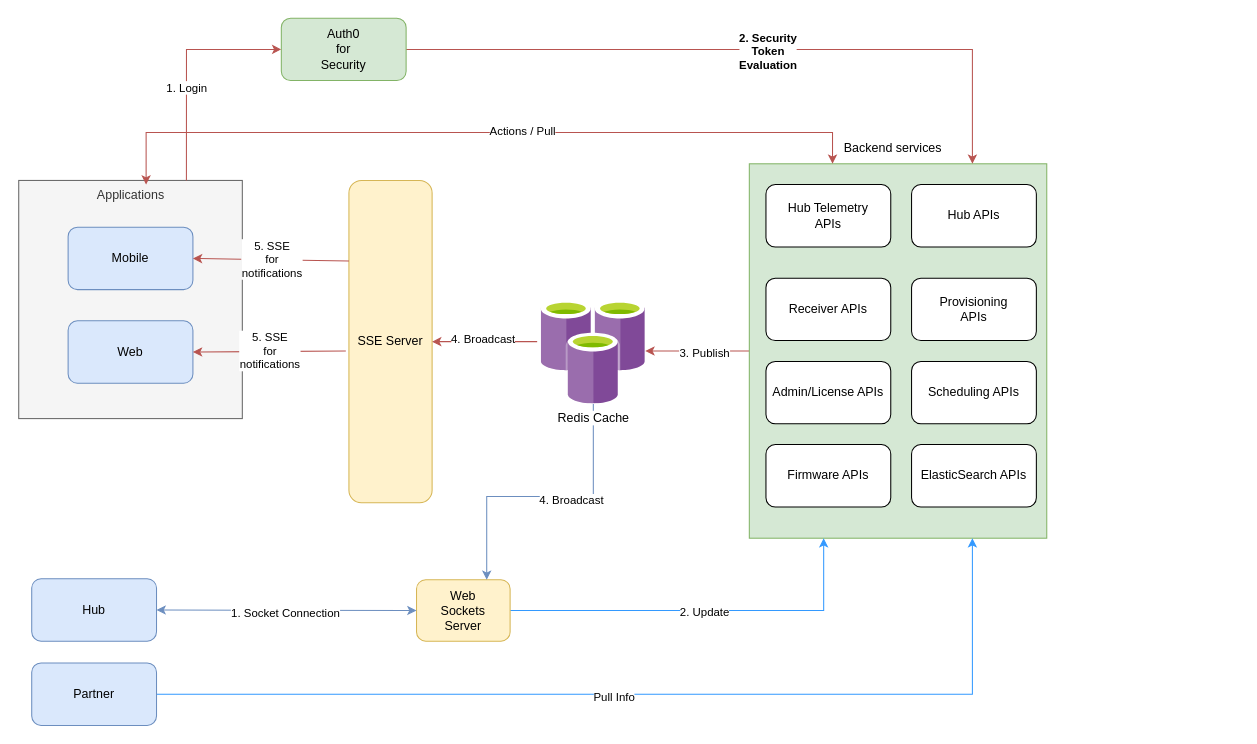
nadusumilli/mobileArch keeps this draw.io diagram as page "Overall" (1 of 7) of diagrams/Untitled Diagram.drawio. Above is the earlier version. Source tidied: cells renumbered, new cells numbered last; positions are measured from the earlier drawing's top-left corner, leaving out a move shared by most shapes. Both pictures are drawn from the tidied source at 104%, with x=0, y=0 at pixel (19, 18).
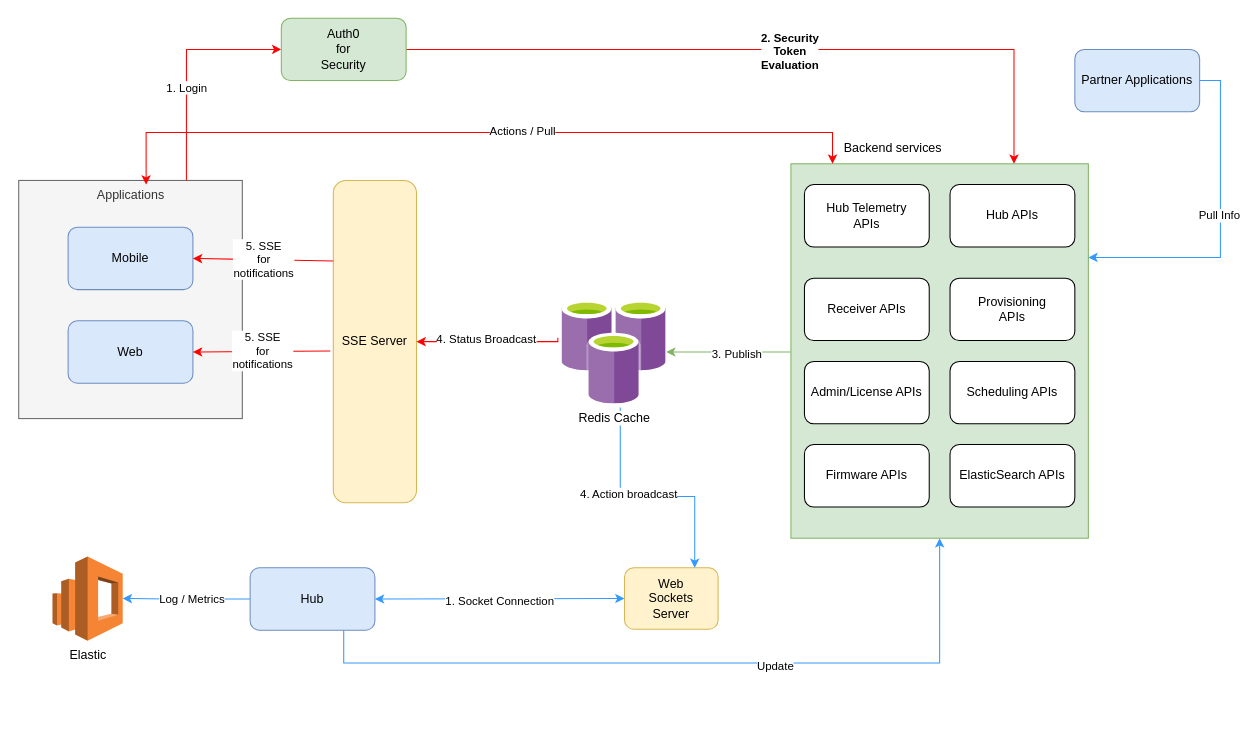
Above is the later version.

The change refers to these unchanged cells:
```xml
<mxCell id="6" value="Applications" style="rounded=0;whiteSpace=wrap;html=1;fillColor=#f5f5f5;verticalAlign=top;fontColor=#333333;strokeColor=#666666;" parent="1" vertex="1">
  <mxGeometry x="-0.5" y="156" width="215" height="229" as="geometry" />
</mxCell>
<mxCell id="8" value="Web" style="rounded=1;whiteSpace=wrap;html=1;fillColor=#dae8fc;strokeColor=#6c8ebf;" parent="1" vertex="1">
  <mxGeometry x="47" y="291" width="120" height="60" as="geometry" />
</mxCell>
<mxCell id="26" value="Backend services&amp;nbsp;" style="text;html=1;align=center;verticalAlign=middle;whiteSpace=wrap;rounded=0;" parent="1" vertex="1">
  <mxGeometry x="782" y="110" width="120" height="30" as="geometry" />
</mxCell>
<mxCell id="42" value="Auth0&lt;div&gt;for&lt;/div&gt;&lt;div&gt;Security&lt;/div&gt;" style="rounded=1;whiteSpace=wrap;html=1;fillColor=#d5e8d4;strokeColor=#82b366;" parent="1" vertex="1">
  <mxGeometry x="252" width="120" height="60" as="geometry" />
</mxCell>
```

The edit, as a diff of the source:
```diff
@@
-    <mxCell id="2" style="edgeStyle=orthogonalEdgeStyle;rounded=0;jettySize=auto;html=1;fillColor=#f8cecc;strokeColor=#b85450;" parent="1" edge="1" source="5" target="35">
+    <mxCell id="2" style="edgeStyle=orthogonalEdgeStyle;rounded=0;jettySize=auto;html=1;fillColor=#d5e8d4;strokeColor=#82b366;" parent="1" edge="1" source="5" target="35">
       <mxGeometry relative="1" as="geometry">
         <Array as="points">
           <mxPoint x="702" y="321" />
           <mxPoint x="702" y="321" />
         </Array>
       </mxGeometry>
     </mxCell>
@@
     <mxCell id="5" style="rounded=0;whiteSpace=wrap;html=1;fillColor=#d5e8d4;strokeColor=#82b366;" parent="1" vertex="1">
-      <mxGeometry x="702" y="140" width="286" height="360" as="geometry" />
+      <mxGeometry x="742" y="140" width="286" height="360" as="geometry" />
     </mxCell>
@@
+    <mxCell id="45" style="edgeStyle=orthogonalEdgeStyle;rounded=0;jettySize=auto;html=1;exitX=0.75;exitY=1;exitDx=0;exitDy=0;entryX=0.5;entryY=1;entryDx=0;entryDy=0;fillColor=#dae8fc;strokeColor=#3399FF;" parent="1" edge="1" source="9" target="5">
+      <mxGeometry relative="1" as="geometry">
+        <Array as="points">
+          <mxPoint x="312" y="620" />
+          <mxPoint x="885" y="620" />
+        </Array>
+      </mxGeometry>
+    </mxCell>
+    <mxCell id="46" value="Update" style="edgeLabel;html=1;align=center;verticalAlign=middle;" parent="45" vertex="1">
+      <mxGeometry x="0.23" y="-2" relative="1" as="geometry" />
+    </mxCell>
     <mxCell id="9" value="Hub" style="rounded=1;whiteSpace=wrap;html=1;fillColor=#dae8fc;strokeColor=#6c8ebf;" parent="1" vertex="1">
-      <mxGeometry x="12" y="539" width="120" height="60" as="geometry" />
+      <mxGeometry x="222" y="528.5" width="120" height="60" as="geometry" />
     </mxCell>
-    <mxCell id="10" style="edgeStyle=orthogonalEdgeStyle;rounded=0;jettySize=auto;html=1;entryX=0.75;entryY=1;entryDx=0;entryDy=0;exitX=1;exitY=0.5;exitDx=0;exitDy=0;strokeColor=#3399FF;" parent="1" edge="1" source="12" target="5">
+    <mxCell id="10" style="edgeStyle=orthogonalEdgeStyle;rounded=0;jettySize=auto;html=1;entryX=1;entryY=0.25;entryDx=0;entryDy=0;exitX=1;exitY=0.5;exitDx=0;exitDy=0;strokeColor=#3399FF;" parent="1" edge="1" source="12" target="5">
       <mxGeometry relative="1" as="geometry" />
     </mxCell>
@@
-    <mxCell id="12" value="Partner" style="rounded=1;whiteSpace=wrap;html=1;fillColor=#dae8fc;strokeColor=#6c8ebf;" parent="1" vertex="1">
-      <mxGeometry x="12" y="620" width="120" height="60" as="geometry" />
+    <mxCell id="12" value="Partner Applications" style="rounded=1;whiteSpace=wrap;html=1;fillColor=#dae8fc;strokeColor=#6c8ebf;" parent="1" vertex="1">
+      <mxGeometry x="1015" y="30" width="120" height="60" as="geometry" />
     </mxCell>
     <mxCell id="13" value="Hub APIs" style="rounded=1;whiteSpace=wrap;html=1;" parent="1" vertex="1">
-      <mxGeometry x="858" y="160" width="120" height="60" as="geometry" />
+      <mxGeometry x="895" y="160" width="120" height="60" as="geometry" />
     </mxCell>
     <mxCell id="14" value="Receiver APIs" style="rounded=1;whiteSpace=wrap;html=1;" parent="1" vertex="1">
-      <mxGeometry x="718" y="250" width="120" height="60" as="geometry" />
+      <mxGeometry x="755" y="250" width="120" height="60" as="geometry" />
     </mxCell>
     <mxCell id="15" value="Admin/License APIs" style="rounded=1;whiteSpace=wrap;html=1;" parent="1" vertex="1">
-      <mxGeometry x="718" y="330" width="120" height="60" as="geometry" />
+      <mxGeometry x="755" y="330" width="120" height="60" as="geometry" />
     </mxCell>
     <mxCell id="16" value="Hub Telemetry&lt;div&gt;APIs&lt;/div&gt;" style="rounded=1;whiteSpace=wrap;html=1;" parent="1" vertex="1">
-      <mxGeometry x="718" y="160" width="120" height="60" as="geometry" />
+      <mxGeometry x="755" y="160" width="120" height="60" as="geometry" />
     </mxCell>
     <mxCell id="17" value="Provisioning&lt;div&gt;APIs&lt;/div&gt;" style="rounded=1;whiteSpace=wrap;html=1;" parent="1" vertex="1">
-      <mxGeometry x="858" y="250" width="120" height="60" as="geometry" />
+      <mxGeometry x="895" y="250" width="120" height="60" as="geometry" />
     </mxCell>
     <mxCell id="18" value="Scheduling APIs" style="rounded=1;whiteSpace=wrap;html=1;" parent="1" vertex="1">
-      <mxGeometry x="858" y="330" width="120" height="60" as="geometry" />
+      <mxGeometry x="895" y="330" width="120" height="60" as="geometry" />
     </mxCell>
     <mxCell id="19" value="Firmware APIs" style="rounded=1;whiteSpace=wrap;html=1;" parent="1" vertex="1">
-      <mxGeometry x="718" y="410" width="120" height="60" as="geometry" />
+      <mxGeometry x="755" y="410" width="120" height="60" as="geometry" />
     </mxCell>
     <mxCell id="20" value="ElasticSearch APIs" style="rounded=1;whiteSpace=wrap;html=1;" parent="1" vertex="1">
-      <mxGeometry x="858" y="410" width="120" height="60" as="geometry" />
+      <mxGeometry x="895" y="410" width="120" height="60" as="geometry" />
     </mxCell>
     <mxCell id="21" value="SSE Server" style="rounded=1;whiteSpace=wrap;html=1;fillColor=#fff2cc;strokeColor=#d6b656;" parent="1" vertex="1">
-      <mxGeometry x="317" y="156" width="80" height="310" as="geometry" />
+      <mxGeometry x="302" y="156" width="80" height="310" as="geometry" />
     </mxCell>
@@
-    <mxCell id="23" style="edgeStyle=orthogonalEdgeStyle;rounded=0;jettySize=auto;html=1;exitX=1;exitY=0.5;exitDx=0;exitDy=0;entryX=0.25;entryY=1;entryDx=0;entryDy=0;strokeColor=#3399FF;" parent="1" edge="1" source="25" target="5">
-      <mxGeometry relative="1" as="geometry" />
-    </mxCell>
-    <mxCell id="24" value="2. Update" style="edgeLabel;html=1;align=center;verticalAlign=middle;" parent="23" vertex="1">
-      <mxGeometry relative="1" as="geometry">
-        <mxPoint y="1" as="offset" />
-      </mxGeometry>
-    </mxCell>
     <mxCell id="25" value="Web&lt;div&gt;Sockets&lt;/div&gt;&lt;div&gt;Server&lt;/div&gt;" style="rounded=1;whiteSpace=wrap;html=1;fillColor=#fff2cc;strokeColor=#d6b656;" parent="1" vertex="1">
-      <mxGeometry x="382" y="540" width="90" height="59" as="geometry" />
+      <mxGeometry x="582" y="528.5" width="90" height="59" as="geometry" />
     </mxCell>
@@
-    <mxCell id="27" style="endArrow=classic;html=1;rounded=0;exitX=0;exitY=0.25;exitDx=0;exitDy=0;strokeColor=#b85450;fillColor=#f8cecc;" parent="1" edge="1" source="21">
+    <mxCell id="27" style="endArrow=classic;html=1;rounded=0;exitX=0;exitY=0.25;exitDx=0;exitDy=0;strokeColor=#FF0000;fillColor=#f8cecc;" parent="1" edge="1" source="21">
       <mxGeometry relative="1" as="geometry">
         <mxPoint x="167" y="231" as="targetPoint" />
       </mxGeometry>
     </mxCell>
@@
-    <mxCell id="29" style="endArrow=classic;html=1;rounded=0;exitX=-0.037;exitY=0.529;exitDx=0;exitDy=0;exitPerimeter=0;entryX=1;entryY=0.5;entryDx=0;entryDy=0;strokeColor=#b85450;fillColor=#f8cecc;" parent="1" edge="1" source="21" target="8">
+    <mxCell id="29" style="endArrow=classic;html=1;rounded=0;exitX=-0.037;exitY=0.529;exitDx=0;exitDy=0;exitPerimeter=0;entryX=1;entryY=0.5;entryDx=0;entryDy=0;strokeColor=#FF0000;fillColor=#f8cecc;" parent="1" edge="1" source="21" target="8">
       <mxGeometry relative="1" as="geometry" />
     </mxCell>
@@
-    <mxCell id="31" style="edgeStyle=orthogonalEdgeStyle;rounded=0;jettySize=auto;html=1;strokeColor=#b85450;fillColor=#f8cecc;" parent="1" edge="1" target="21">
+    <mxCell id="31" style="edgeStyle=orthogonalEdgeStyle;rounded=0;jettySize=auto;html=1;strokeColor=#FF0000;fillColor=#f8cecc;exitX=-0.041;exitY=0.363;exitDx=0;exitDy=0;exitPerimeter=0;" parent="1" edge="1" source="35" target="21">
       <mxGeometry relative="1" as="geometry">
-        <mxPoint x="498" y="311" as="sourcePoint" />
         <Array as="points">
-          <mxPoint x="442" y="311" />
-          <mxPoint x="442" y="311" />
+          <mxPoint x="518" y="311" />
         </Array>
       </mxGeometry>
     </mxCell>
-    <mxCell id="32" value="4. Broadcast" style="edgeLabel;html=1;align=center;verticalAlign=middle;" parent="31" vertex="1">
+    <mxCell id="32" value="4. Status Broadcast" style="edgeLabel;html=1;align=center;verticalAlign=middle;" parent="31" vertex="1">
       <mxGeometry x="0.05" y="-3" relative="1" as="geometry" />
     </mxCell>
-    <mxCell id="33" style="edgeStyle=orthogonalEdgeStyle;rounded=0;jettySize=auto;html=1;entryX=0.75;entryY=0;entryDx=0;entryDy=0;strokeColor=#6c8ebf;fillColor=#dae8fc;" parent="1" edge="1" source="35" target="25">
+    <mxCell id="33" style="edgeStyle=orthogonalEdgeStyle;rounded=0;jettySize=auto;html=1;entryX=0.75;entryY=0;entryDx=0;entryDy=0;strokeColor=#3399FF;fillColor=#dae8fc;exitX=0.559;exitY=1.034;exitDx=0;exitDy=0;exitPerimeter=0;" parent="1" edge="1" source="35" target="25">
       <mxGeometry relative="1" as="geometry">
         <Array as="points">
-          <mxPoint x="552" y="460" />
-          <mxPoint x="450" y="460" />
+          <mxPoint x="578" y="460" />
+          <mxPoint x="649" y="460" />
         </Array>
       </mxGeometry>
     </mxCell>
-    <mxCell id="34" value="4. Broadcast" style="edgeLabel;html=1;align=center;verticalAlign=middle;" parent="33" vertex="1">
+    <mxCell id="34" value="4. Action broadcast" style="edgeLabel;html=1;align=center;verticalAlign=middle;" parent="33" vertex="1">
       <mxGeometry x="-0.18" y="3" relative="1" as="geometry" />
     </mxCell>
     <mxCell id="35" value="Redis Cache" style="image;sketch=0;html=1;points=[];align=center;fontSize=12;image=img/lib/mscae/Azure_Cache_for_Redis.svg;" parent="1" vertex="1">
-      <mxGeometry x="502" y="271" width="100" height="100" as="geometry" />
+      <mxGeometry x="522" y="271" width="100" height="100" as="geometry" />
     </mxCell>
-    <mxCell id="36" style="endArrow=classic;startArrow=classic;html=1;rounded=0;entryX=0;entryY=0.5;entryDx=0;entryDy=0;exitX=1;exitY=0.5;exitDx=0;exitDy=0;fillColor=#dae8fc;strokeColor=#6c8ebf;" parent="1" edge="1" source="9" target="25">
+    <mxCell id="36" style="endArrow=classic;startArrow=classic;html=1;rounded=0;entryX=0;entryY=0.5;entryDx=0;entryDy=0;exitX=1;exitY=0.5;exitDx=0;exitDy=0;fillColor=#dae8fc;strokeColor=#3399FF;" parent="1" edge="1" source="9" target="25">
       <mxGeometry relative="1" as="geometry" />
     </mxCell>
@@
-    <mxCell id="38" style="edgeStyle=orthogonalEdgeStyle;rounded=0;jettySize=auto;html=1;exitX=0.75;exitY=0;exitDx=0;exitDy=0;entryX=0;entryY=0.5;entryDx=0;entryDy=0;fillColor=#f8cecc;strokeColor=#b85450;" parent="1" edge="1" source="6" target="42">
+    <mxCell id="38" style="edgeStyle=orthogonalEdgeStyle;rounded=0;jettySize=auto;html=1;exitX=0.75;exitY=0;exitDx=0;exitDy=0;entryX=0;entryY=0.5;entryDx=0;entryDy=0;fillColor=#f8cecc;strokeColor=#FF0000;" parent="1" edge="1" source="6" target="42">
       <mxGeometry relative="1" as="geometry">
         <Array as="points">
           <mxPoint x="161" y="30" />
         </Array>
       </mxGeometry>
     </mxCell>
@@
-    <mxCell id="40" style="edgeStyle=orthogonalEdgeStyle;rounded=0;jettySize=auto;html=1;exitX=1;exitY=0.5;exitDx=0;exitDy=0;entryX=0.75;entryY=0;entryDx=0;entryDy=0;fillColor=#f8cecc;strokeColor=#b85450;" parent="1" edge="1" source="42" target="5">
+    <mxCell id="40" style="edgeStyle=orthogonalEdgeStyle;rounded=0;jettySize=auto;html=1;exitX=1;exitY=0.5;exitDx=0;exitDy=0;entryX=0.75;entryY=0;entryDx=0;entryDy=0;fillColor=#f8cecc;strokeColor=#FF0000;" parent="1" edge="1" source="42" target="5">
       <mxGeometry relative="1" as="geometry">
         <Array as="points">
-          <mxPoint x="917" y="30" />
+          <mxPoint x="956" y="30" />
         </Array>
       </mxGeometry>
     </mxCell>
-    <mxCell id="41" value="&lt;b&gt;2&lt;/b&gt;&lt;b&gt;. Security&lt;/b&gt;&lt;div&gt;&lt;div&gt;&lt;b&gt;Token&lt;/b&gt;&lt;/div&gt;&lt;div&gt;&lt;b&gt;Evaluation&lt;/b&gt;&lt;/div&gt;&lt;/div&gt;" style="edgeLabel;html=1;align=center;verticalAlign=middle;" parent="40" vertex="1">
+    <mxCell id="41" value="&lt;b&gt;2. Security&lt;/b&gt;&lt;div&gt;&lt;b&gt;Token&lt;/b&gt;&lt;/div&gt;&lt;div&gt;&lt;b&gt;Evaluation&lt;/b&gt;&lt;/div&gt;" style="edgeLabel;html=1;align=center;verticalAlign=middle;" parent="40" vertex="1">
       <mxGeometry x="0.06" y="-1" relative="1" as="geometry" />
     </mxCell>
@@
-    <mxCell id="43" style="endArrow=classic;startArrow=classic;html=1;rounded=0;entryX=0;entryY=1;entryDx=0;entryDy=0;fillColor=#f8cecc;strokeColor=#b85450;" parent="1" edge="1" target="26">
+    <mxCell id="43" style="endArrow=classic;startArrow=classic;html=1;rounded=0;entryX=0;entryY=1;entryDx=0;entryDy=0;fillColor=#f8cecc;strokeColor=#FF0000;" parent="1" edge="1" target="26">
       <mxGeometry relative="1" as="geometry">
         <mxPoint x="122" y="160" as="sourcePoint" />
         <Array as="points">
           <mxPoint x="122" y="125" />
           <mxPoint x="122" y="110" />
           <mxPoint x="782" y="110" />
         </Array>
       </mxGeometry>
     </mxCell>
@@
+    <mxCell id="47" style="edgeStyle=orthogonalEdgeStyle;rounded=0;jettySize=auto;html=1;exitX=0;exitY=0.5;exitDx=0;exitDy=0;entryX=1;entryY=0.5;entryDx=0;entryDy=0;entryPerimeter=0;fillColor=#dae8fc;strokeColor=#3399FF;" parent="1" edge="1" source="9" target="49">
+      <mxGeometry relative="1" as="geometry">
+        <Array as="points">
+          <mxPoint x="142" y="558" />
+          <mxPoint x="142" y="558" />
+        </Array>
+      </mxGeometry>
+    </mxCell>
+    <mxCell id="48" value="Log / Metrics" style="edgeLabel;html=1;align=center;verticalAlign=middle;" parent="47" vertex="1">
+      <mxGeometry x="-0.07" relative="1" as="geometry" />
+    </mxCell>
+    <mxCell id="49" value="Elastic" style="outlineConnect=0;dashed=0;verticalLabelPosition=bottom;verticalAlign=top;align=center;html=1;shape=mxgraph.aws3.elasticsearch_service;fillColor=#F58534;gradientColor=none;" parent="1" vertex="1">
+      <mxGeometry x="32" y="517.5" width="67.5" height="81" as="geometry" />
+    </mxCell>
```
